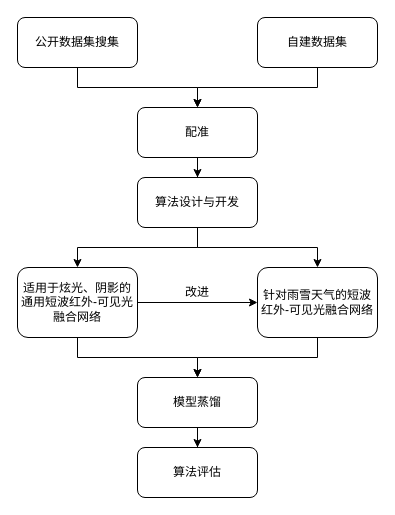
Before: 未命名绘图.drawio in moxuam/-, a draw.io diagram. Source tidied: cells renumbered, new cells numbered last; positions are measured from the earlier drawing's top-left corner, leaving out a move shared by most shapes. Both pictures are drawn from the tidied source at 100%, with x=0, y=0 at pixel (17, 17).
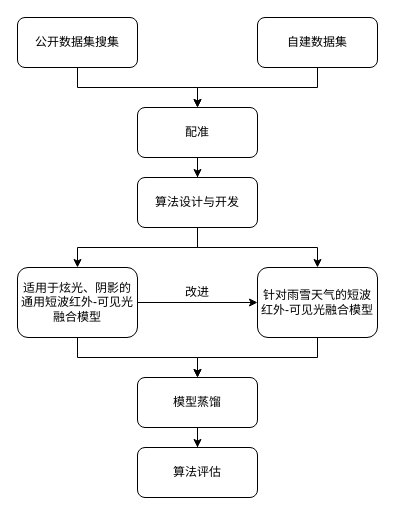
The same diagram, later.

Commit message:
更新未命名绘图.drawio

Change to the diagram source:
```diff
@@
 <mxGraphModel>
   <root>
     <mxCell id="0" />
     <mxCell id="1" parent="0" />
     <mxCell id="2" style="edgeStyle=orthogonalEdgeStyle;rounded=0;jettySize=auto;html=1;entryX=0.5;entryY=0;entryDx=0;entryDy=0;" parent="1" edge="1" source="3" target="5">
       <mxGeometry relative="1" as="geometry" />
     </mxCell>
     <mxCell id="3" value="公开数据集搜集" style="rounded=1;whiteSpace=wrap;html=1;" parent="1" vertex="1">
       <mxGeometry width="120" height="50" as="geometry" />
     </mxCell>
     <mxCell id="4" style="edgeStyle=orthogonalEdgeStyle;rounded=0;jettySize=auto;html=1;" parent="1" edge="1" source="5" target="10">
       <mxGeometry relative="1" as="geometry" />
     </mxCell>
     <mxCell id="5" value="配准" style="rounded=1;whiteSpace=wrap;html=1;" parent="1" vertex="1">
       <mxGeometry x="120" y="90" width="120" height="50" as="geometry" />
     </mxCell>
     <mxCell id="6" style="edgeStyle=orthogonalEdgeStyle;rounded=0;jettySize=auto;html=1;entryX=0.5;entryY=0;entryDx=0;entryDy=0;" parent="1" edge="1" source="7" target="5">
       <mxGeometry relative="1" as="geometry" />
     </mxCell>
     <mxCell id="7" value="自建数据集" style="rounded=1;whiteSpace=wrap;html=1;" parent="1" vertex="1">
       <mxGeometry x="240" width="120" height="50" as="geometry" />
     </mxCell>
     <mxCell id="8" style="edgeStyle=orthogonalEdgeStyle;rounded=0;jettySize=auto;html=1;" parent="1" edge="1" source="10" target="13">
       <mxGeometry relative="1" as="geometry" />
     </mxCell>
     <mxCell id="9" style="edgeStyle=orthogonalEdgeStyle;rounded=0;jettySize=auto;html=1;entryX=0.5;entryY=0;entryDx=0;entryDy=0;" parent="1" edge="1" source="10" target="15">
       <mxGeometry relative="1" as="geometry" />
     </mxCell>
     <mxCell id="10" value="算法设计与开发" style="rounded=1;whiteSpace=wrap;html=1;" parent="1" vertex="1">
       <mxGeometry x="120" y="160" width="120" height="50" as="geometry" />
     </mxCell>
     <mxCell id="11" style="edgeStyle=orthogonalEdgeStyle;rounded=0;jettySize=auto;html=1;entryX=0.5;entryY=0;entryDx=0;entryDy=0;" parent="1" edge="1" source="13" target="17">
       <mxGeometry relative="1" as="geometry" />
     </mxCell>
     <mxCell id="12" style="edgeStyle=orthogonalEdgeStyle;rounded=0;jettySize=auto;html=1;entryX=0;entryY=0.5;entryDx=0;entryDy=0;" parent="1" edge="1" source="13" target="15">
       <mxGeometry relative="1" as="geometry" />
     </mxCell>
-    <mxCell id="13" value="适用于炫光、阴影的通用短波红外-可见光融合网络" style="rounded=1;whiteSpace=wrap;html=1;" parent="1" vertex="1">
+    <mxCell id="13" value="适用于炫光、阴影的通用短波红外-可见光融合模型" style="rounded=1;whiteSpace=wrap;html=1;" parent="1" vertex="1">
       <mxGeometry y="250" width="120" height="70" as="geometry" />
     </mxCell>
     <mxCell id="14" style="edgeStyle=orthogonalEdgeStyle;rounded=0;jettySize=auto;html=1;entryX=0.5;entryY=0;entryDx=0;entryDy=0;" parent="1" edge="1" source="15" target="17">
       <mxGeometry relative="1" as="geometry" />
     </mxCell>
-    <mxCell id="15" value="针对雨雪天气的短波红外-可见光融合网络" style="rounded=1;whiteSpace=wrap;html=1;" parent="1" vertex="1">
+    <mxCell id="15" value="针对雨雪天气的短波红外-可见光融合模型" style="rounded=1;whiteSpace=wrap;html=1;" parent="1" vertex="1">
       <mxGeometry x="240" y="250" width="120" height="70" as="geometry" />
     </mxCell>
     <mxCell id="16" style="edgeStyle=orthogonalEdgeStyle;rounded=0;jettySize=auto;html=1;" parent="1" edge="1" source="17" target="18">
       <mxGeometry relative="1" as="geometry" />
     </mxCell>
     <mxCell id="17" value="模型蒸馏" style="rounded=1;whiteSpace=wrap;html=1;" parent="1" vertex="1">
       <mxGeometry x="120" y="360" width="120" height="50" as="geometry" />
     </mxCell>
     <mxCell id="18" value="算法评估" style="rounded=1;whiteSpace=wrap;html=1;" parent="1" vertex="1">
       <mxGeometry x="120" y="430" width="120" height="50" as="geometry" />
     </mxCell>
     <mxCell id="19" value="改进" style="text;html=1;whiteSpace=wrap;strokeColor=none;fillColor=none;align=center;verticalAlign=middle;rounded=0;" parent="1" vertex="1">
       <mxGeometry x="150" y="260" width="60" height="30" as="geometry" />
     </mxCell>
   </root>
 </mxGraphModel>
```
